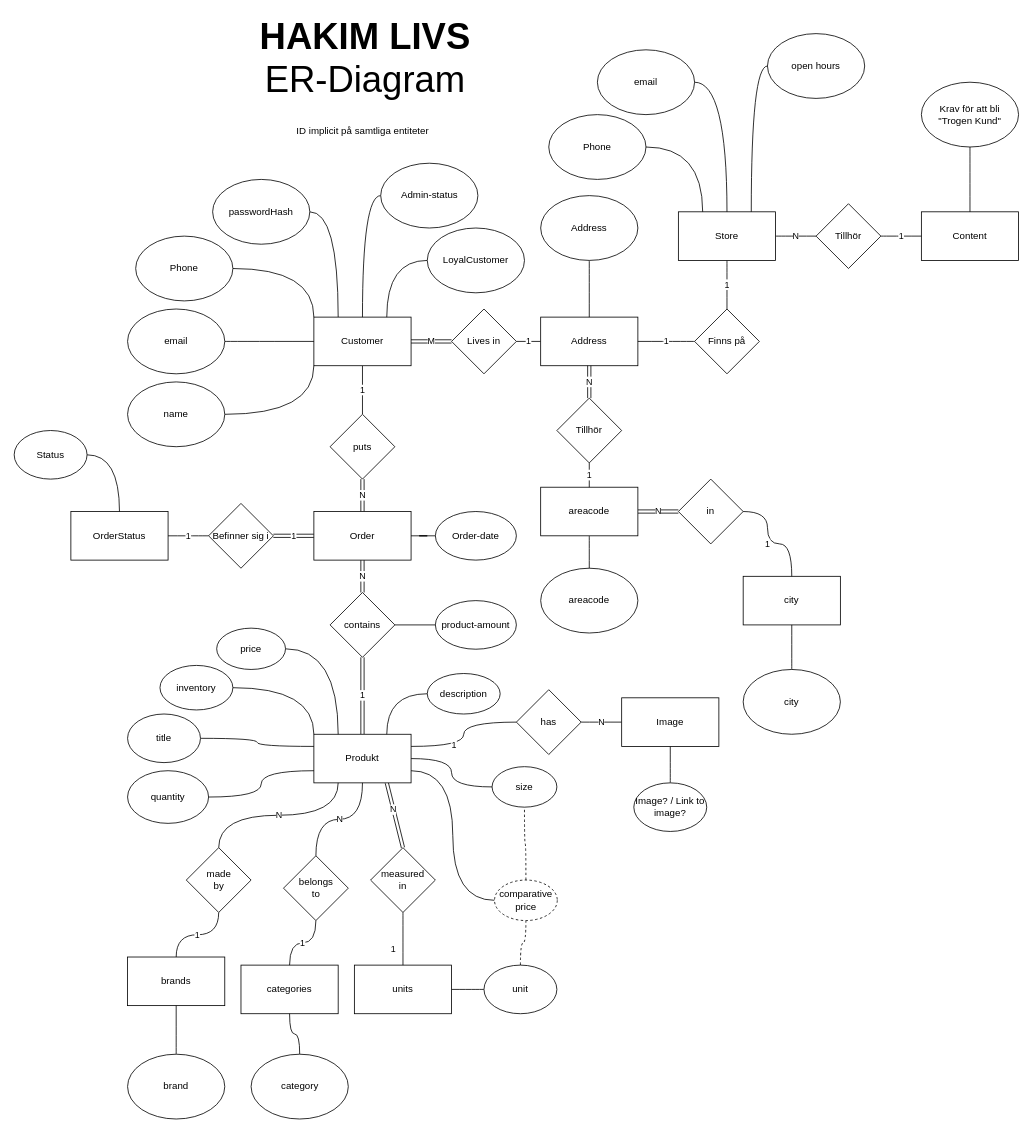
JesperJansson86/WebshopHakimsLivs keeps this draw.io diagram as database/SQL-ERDiagram210406.drawio. Above is the earlier version. Source tidied: cells renumbered, new cells numbered last; positions are measured from the earlier drawing's top-left corner, leaving out a move shared by most shapes. Both pictures are drawn from the tidied source at 81%, with x=0, y=0 at pixel (14, 33).
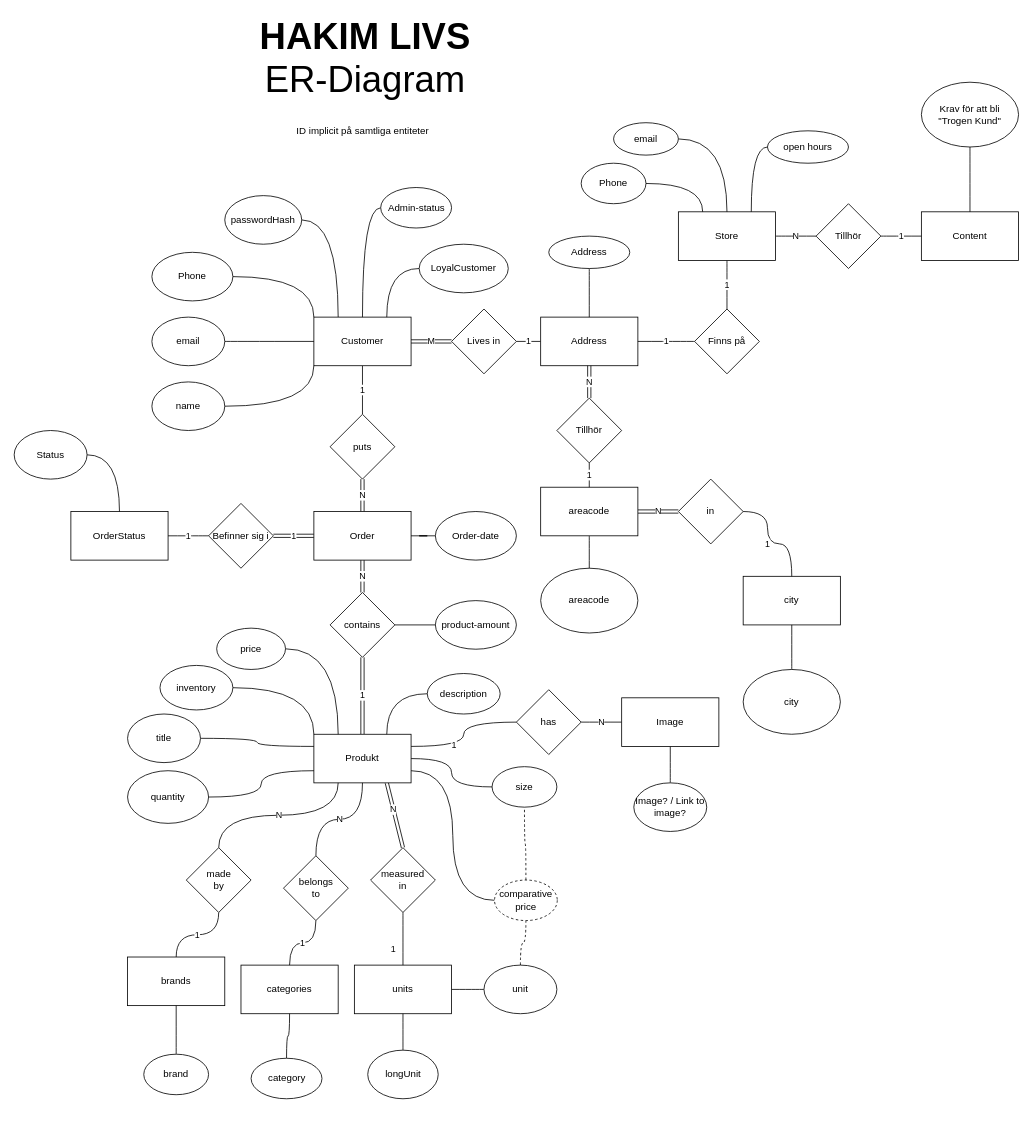
After the change.

Unchanged cells that the change refers to:
```xml
<mxCell id="46" value="units" style="rounded=0;whiteSpace=wrap;html=1;" parent="1" vertex="1">
  <mxGeometry x="420" y="1150" width="120" height="60" as="geometry" />
</mxCell>
```

Diff of the diagram source:
```diff
@@
     <mxCell id="11" value="Address" style="ellipse;whiteSpace=wrap;html=1;" parent="1" vertex="1">
-      <mxGeometry x="650" y="200" width="120" height="80" as="geometry" />
+      <mxGeometry x="660" y="250" width="100" height="40" as="geometry" />
     </mxCell>
@@
     <mxCell id="48" value="Phone" style="ellipse;whiteSpace=wrap;html=1;" parent="1" vertex="1">
-      <mxGeometry x="150" y="250" width="120" height="80" as="geometry" />
+      <mxGeometry x="170" y="270" width="100" height="60" as="geometry" />
     </mxCell>
@@
     <mxCell id="50" value="email" style="ellipse;whiteSpace=wrap;html=1;" parent="1" vertex="1">
-      <mxGeometry x="140" y="340" width="120" height="80" as="geometry" />
+      <mxGeometry x="170" y="350" width="90" height="60" as="geometry" />
     </mxCell>
@@
     <mxCell id="52" value="name" style="ellipse;whiteSpace=wrap;html=1;" parent="1" vertex="1">
-      <mxGeometry x="140" y="430" width="120" height="80" as="geometry" />
+      <mxGeometry x="170" y="430" width="90" height="60" as="geometry" />
     </mxCell>
@@
     <mxCell id="59" value="passwordHash" style="ellipse;whiteSpace=wrap;html=1;" parent="1" vertex="1">
-      <mxGeometry x="245" y="180" width="120" height="80" as="geometry" />
+      <mxGeometry x="260" y="200" width="95" height="60" as="geometry" />
     </mxCell>
@@
     <mxCell id="70" value="Admin-status" style="ellipse;whiteSpace=wrap;html=1;" parent="1" vertex="1">
-      <mxGeometry x="452.5" y="160" width="120" height="80" as="geometry" />
+      <mxGeometry x="452.5" y="190" width="87.5" height="50" as="geometry" />
     </mxCell>
@@
     <mxCell id="86" value="LoyalCustomer" style="ellipse;whiteSpace=wrap;html=1;" parent="1" vertex="1">
-      <mxGeometry x="510" y="240" width="120" height="80" as="geometry" />
+      <mxGeometry x="500" y="260" width="110" height="60" as="geometry" />
     </mxCell>
@@
     <mxCell id="94" value="Phone" style="ellipse;whiteSpace=wrap;html=1;" parent="1" vertex="1">
-      <mxGeometry x="660" y="100" width="120" height="80" as="geometry" />
+      <mxGeometry x="700" y="160" width="80" height="50" as="geometry" />
     </mxCell>
@@
     <mxCell id="98" value="email" style="ellipse;whiteSpace=wrap;html=1;" parent="1" vertex="1">
-      <mxGeometry x="720" y="20" width="120" height="80" as="geometry" />
+      <mxGeometry x="740" y="110" width="80" height="40" as="geometry" />
     </mxCell>
@@
     <mxCell id="100" value="open hours" style="ellipse;whiteSpace=wrap;html=1;" parent="1" vertex="1">
-      <mxGeometry x="930" width="120" height="80" as="geometry" />
+      <mxGeometry x="930" y="120" width="100" height="40" as="geometry" />
     </mxCell>
@@
     <mxCell id="103" value="brand" style="ellipse;whiteSpace=wrap;html=1;" parent="1" vertex="1">
-      <mxGeometry x="140" y="1260" width="120" height="80" as="geometry" />
+      <mxGeometry x="160" y="1260" width="80" height="50" as="geometry" />
     </mxCell>
@@
     <mxCell id="105" value="category" style="ellipse;whiteSpace=wrap;html=1;" parent="1" vertex="1">
-      <mxGeometry x="292.5" y="1260" width="120" height="80" as="geometry" />
+      <mxGeometry x="292.5" y="1265" width="87.5" height="50" as="geometry" />
     </mxCell>
@@
+    <mxCell id="111" style="edgeStyle=orthogonalEdgeStyle;rounded=0;jettySize=auto;html=1;exitX=0.5;exitY=0;exitDx=0;exitDy=0;entryX=0.5;entryY=1;entryDx=0;entryDy=0;endArrow=none;endFill=0;curved=1;" parent="1" edge="1" source="112" target="46">
+      <mxGeometry relative="1" as="geometry" />
+    </mxCell>
+    <mxCell id="112" value="longUnit" style="ellipse;whiteSpace=wrap;html=1;" parent="1" vertex="1">
+      <mxGeometry x="436.5" y="1255" width="87" height="60" as="geometry" />
+    </mxCell>
```
